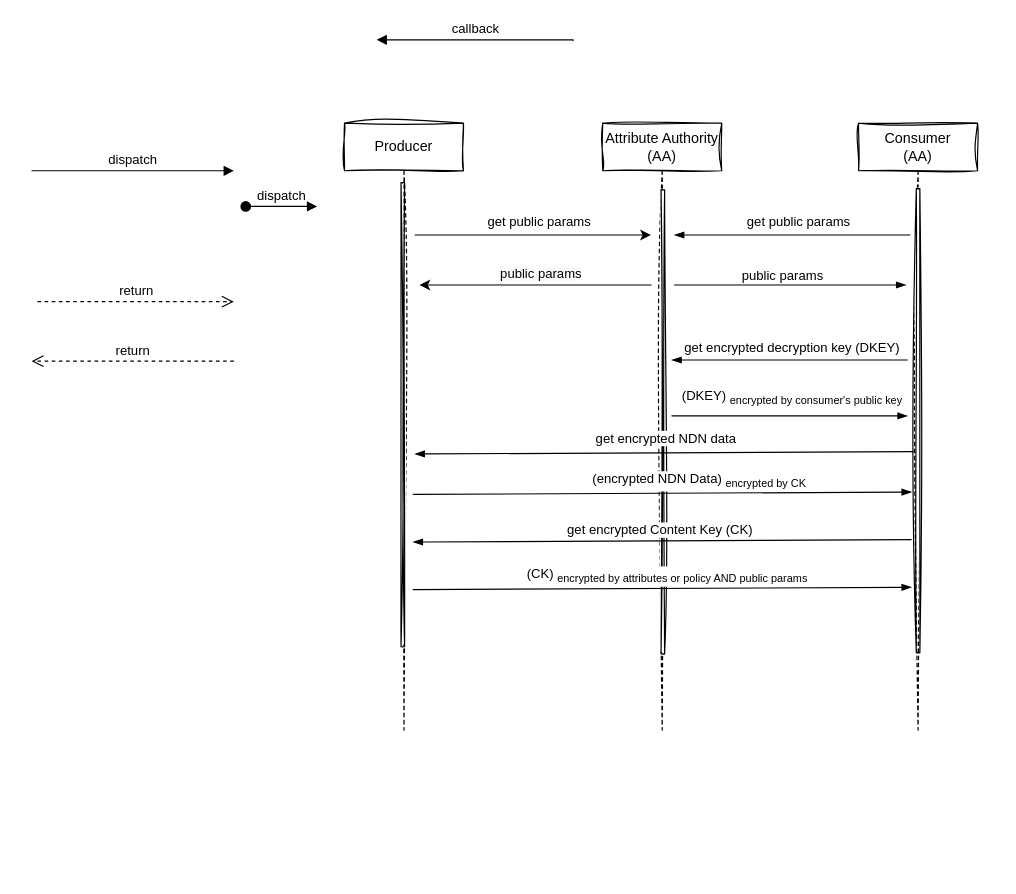
dulalsaurab/NDNHealth keeps this draw.io diagram as seq-nac-revisit.drawio. Above is the earlier version. Source tidied: cells renumbered, new cells numbered last; positions are measured from the earlier drawing's top-left corner, leaving out a move shared by most shapes. Both pictures are drawn from the tidied source at 119%, with x=0, y=0 at pixel (31, 39).
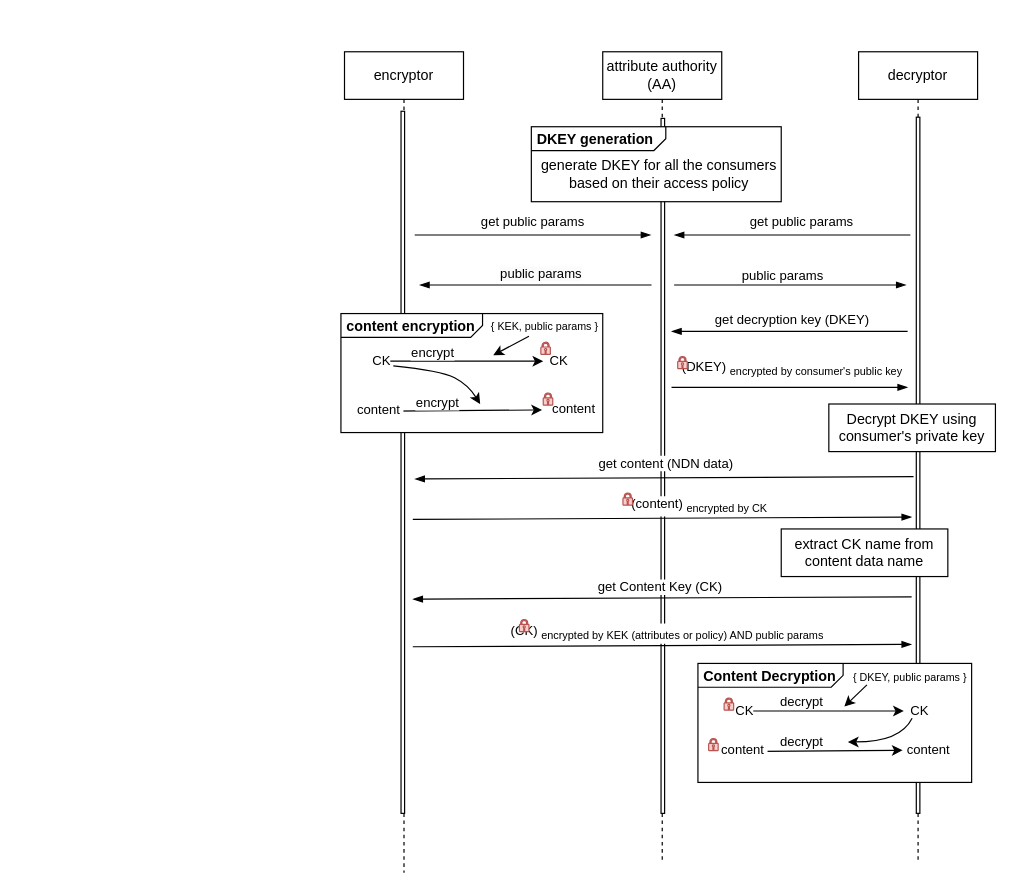
Above is the later version.

Diff of the diagram source:
```diff
@@
-    <mxCell id="2" value="Producer" style="shape=umlLifeline;perimeter=lifelinePerimeter;whiteSpace=wrap;html=1;newEdgeStyle={&quot;edgeStyle&quot;:&quot;elbowEdgeStyle&quot;,&quot;elbow&quot;:&quot;vertical&quot;,&quot;curved&quot;:0,&quot;rounded&quot;:0};sketch=1;curveFitting=1;jiggle=2;" parent="1" vertex="1">
-      <mxGeometry x="263" y="70" width="100" height="510" as="geometry" />
+    <mxCell id="2" value="encryptor" style="shape=umlLifeline;perimeter=lifelinePerimeter;whiteSpace=wrap;html=1;newEdgeStyle={&quot;edgeStyle&quot;:&quot;elbowEdgeStyle&quot;,&quot;elbow&quot;:&quot;vertical&quot;,&quot;curved&quot;:0,&quot;rounded&quot;:0};" parent="1" vertex="1">
+      <mxGeometry x="263" y="10" width="100" height="690" as="geometry" />
     </mxCell>
-    <mxCell id="3" value="dispatch" style="html=1;verticalAlign=bottom;startArrow=oval;endArrow=block;startSize=8;edgeStyle=elbowEdgeStyle;elbow=vertical;curved=0;rounded=0;" parent="2" edge="1">
-      <mxGeometry relative="1" as="geometry">
-        <mxPoint x="-83" y="70" as="sourcePoint" />
-        <mxPoint x="-23" y="70" as="targetPoint" />
-      </mxGeometry>
-    </mxCell>
-    <mxCell id="4" style="html=1;perimeter=orthogonalPerimeter;targetShapes=umlLifeline;newEdgeStyle={&quot;edgeStyle&quot;:&quot;elbowEdgeStyle&quot;,&quot;elbow&quot;:&quot;vertical&quot;,&quot;curved&quot;:0,&quot;rounded&quot;:0};rounded=0;sketch=1;curveFitting=1;jiggle=2;" parent="2" vertex="1">
-      <mxGeometry x="47.5" y="50" width="3" height="390" as="geometry" />
+    <mxCell id="4" style="html=1;perimeter=orthogonalPerimeter;targetShapes=umlLifeline;newEdgeStyle={&quot;edgeStyle&quot;:&quot;elbowEdgeStyle&quot;,&quot;elbow&quot;:&quot;vertical&quot;,&quot;curved&quot;:0,&quot;rounded&quot;:0};rounded=0;" parent="2" vertex="1">
+      <mxGeometry x="47.5" y="50" width="3" height="590" as="geometry" />
     </mxCell>
-    <mxCell id="5" value="Attribute Authority&lt;br&gt;(AA)" style="shape=umlLifeline;perimeter=lifelinePerimeter;whiteSpace=wrap;html=1;newEdgeStyle={&quot;edgeStyle&quot;:&quot;elbowEdgeStyle&quot;,&quot;elbow&quot;:&quot;vertical&quot;,&quot;curved&quot;:0,&quot;rounded&quot;:0};sketch=1;curveFitting=1;jiggle=2;" parent="1" vertex="1">
-      <mxGeometry x="480" y="70" width="100" height="510" as="geometry" />
+    <mxCell id="5" value="attribute authority&lt;br&gt;(AA)" style="shape=umlLifeline;perimeter=lifelinePerimeter;whiteSpace=wrap;html=1;newEdgeStyle={&quot;edgeStyle&quot;:&quot;elbowEdgeStyle&quot;,&quot;elbow&quot;:&quot;vertical&quot;,&quot;curved&quot;:0,&quot;rounded&quot;:0};" parent="1" vertex="1">
+      <mxGeometry x="480" y="10" width="100" height="680" as="geometry" />
     </mxCell>
-    <mxCell id="6" style="html=1;perimeter=orthogonalPerimeter;targetShapes=umlLifeline;newEdgeStyle={&quot;edgeStyle&quot;:&quot;elbowEdgeStyle&quot;,&quot;elbow&quot;:&quot;vertical&quot;,&quot;curved&quot;:0,&quot;rounded&quot;:0};sketch=1;curveFitting=1;jiggle=2;" parent="5" vertex="1">
-      <mxGeometry x="49" y="56" width="3" height="390" as="geometry" />
+    <mxCell id="6" style="html=1;perimeter=orthogonalPerimeter;targetShapes=umlLifeline;newEdgeStyle={&quot;edgeStyle&quot;:&quot;elbowEdgeStyle&quot;,&quot;elbow&quot;:&quot;vertical&quot;,&quot;curved&quot;:0,&quot;rounded&quot;:0};" parent="5" vertex="1">
+      <mxGeometry x="49" y="56" width="3" height="584" as="geometry" />
     </mxCell>
-    <mxCell id="7" value="dispatch" style="html=1;verticalAlign=bottom;endArrow=block;edgeStyle=elbowEdgeStyle;elbow=vertical;curved=0;rounded=0;" parent="1" edge="1">
-      <mxGeometry relative="1" as="geometry">
-        <mxPoint y="110" as="sourcePoint" />
-        <mxPoint x="170" y="110" as="targetPoint" />
-        <Array as="points">
-          <mxPoint x="85" y="110" />
-        </Array>
-      </mxGeometry>
-    </mxCell>
-    <mxCell id="8" value="return" style="html=1;verticalAlign=bottom;endArrow=open;dashed=1;endSize=8;edgeStyle=elbowEdgeStyle;elbow=vertical;curved=0;rounded=0;" parent="1" edge="1">
-      <mxGeometry relative="1" as="geometry">
-        <mxPoint x="170" y="270" as="sourcePoint" />
-        <mxPoint y="270" as="targetPoint" />
-        <Array as="points">
-          <mxPoint x="95" y="270" />
-        </Array>
-      </mxGeometry>
-    </mxCell>
-    <mxCell id="9" value="callback" style="html=1;verticalAlign=bottom;endArrow=block;edgeStyle=elbowEdgeStyle;elbow=vertical;curved=0;rounded=0;" parent="1" edge="1">
-      <mxGeometry relative="1" as="geometry">
-        <mxPoint x="455" y="1" as="sourcePoint" />
-        <mxPoint x="290" as="targetPoint" />
-        <Array as="points">
-          <mxPoint x="380" />
-        </Array>
-      </mxGeometry>
-    </mxCell>
-    <mxCell id="10" value="return" style="html=1;verticalAlign=bottom;endArrow=open;dashed=1;endSize=8;edgeStyle=elbowEdgeStyle;elbow=vertical;curved=0;rounded=0;" parent="1" edge="1">
-      <mxGeometry relative="1" as="geometry">
-        <mxPoint x="5" y="220" as="sourcePoint" />
-        <mxPoint x="170" y="220" as="targetPoint" />
-        <Array as="points">
-          <mxPoint x="85" y="220" />
-        </Array>
-      </mxGeometry>
-    </mxCell>
-    <mxCell id="11" value="Consumer&lt;br&gt;(AA)" style="shape=umlLifeline;perimeter=lifelinePerimeter;whiteSpace=wrap;html=1;newEdgeStyle={&quot;edgeStyle&quot;:&quot;elbowEdgeStyle&quot;,&quot;elbow&quot;:&quot;vertical&quot;,&quot;curved&quot;:0,&quot;rounded&quot;:0};sketch=1;curveFitting=1;jiggle=2;" parent="1" vertex="1">
-      <mxGeometry x="695" y="70" width="100" height="510" as="geometry" />
+    <mxCell id="11" value="decryptor" style="shape=umlLifeline;perimeter=lifelinePerimeter;whiteSpace=wrap;html=1;newEdgeStyle={&quot;edgeStyle&quot;:&quot;elbowEdgeStyle&quot;,&quot;elbow&quot;:&quot;vertical&quot;,&quot;curved&quot;:0,&quot;rounded&quot;:0};" parent="1" vertex="1">
+      <mxGeometry x="695" y="10" width="100" height="680" as="geometry" />
     </mxCell>
-    <mxCell id="12" style="html=1;perimeter=orthogonalPerimeter;targetShapes=umlLifeline;newEdgeStyle={&quot;edgeStyle&quot;:&quot;elbowEdgeStyle&quot;,&quot;elbow&quot;:&quot;vertical&quot;,&quot;curved&quot;:0,&quot;rounded&quot;:0};sketch=1;curveFitting=1;jiggle=2;" parent="11" vertex="1">
-      <mxGeometry x="48.5" y="55" width="3" height="390" as="geometry" />
+    <mxCell id="12" style="html=1;perimeter=orthogonalPerimeter;targetShapes=umlLifeline;newEdgeStyle={&quot;edgeStyle&quot;:&quot;elbowEdgeStyle&quot;,&quot;elbow&quot;:&quot;vertical&quot;,&quot;curved&quot;:0,&quot;rounded&quot;:0};" parent="11" vertex="1">
+      <mxGeometry x="48.5" y="55" width="3" height="585" as="geometry" />
     </mxCell>
-    <mxCell id="13" style="endArrow=classic;html=1;rounded=0;endSize=6;" parent="1" edge="1">
+    <mxCell id="13" style="endArrow=blockThin;html=1;rounded=0;endSize=6;endFill=1;" parent="1" edge="1">
       <mxGeometry relative="1" as="geometry">
         <mxPoint x="322" y="164" as="sourcePoint" />
         <mxPoint x="520.5" y="164" as="targetPoint" />
       </mxGeometry>
     </mxCell>
-    <mxCell id="14" style="endArrow=classic;html=1;rounded=0;strokeColor=default;jumpStyle=none;jumpSize=5;endSize=6;" parent="1" edge="1">
+    <mxCell id="14" style="endArrow=blockThin;html=1;rounded=0;strokeColor=default;jumpStyle=none;jumpSize=5;endSize=6;endFill=1;" parent="1" edge="1">
       <mxGeometry relative="1" as="geometry">
         <mxPoint x="521" y="206" as="sourcePoint" />
         <mxPoint x="326" y="206" as="targetPoint" />
       </mxGeometry>
     </mxCell>
@@
     <mxCell id="16" value="&lt;font style=&quot;font-size: 11px;&quot;&gt;get public params&lt;/font&gt;" style="text;html=1;strokeColor=none;fillColor=none;align=center;verticalAlign=middle;whiteSpace=wrap;rounded=0;fontSize=11;" parent="1" vertex="1">
-      <mxGeometry x="347" y="138" width="160" height="30" as="geometry" />
+      <mxGeometry x="370" y="138" width="102.8" height="30" as="geometry" />
     </mxCell>
@@
     <mxCell id="20" value="get public params" style="text;html=1;strokeColor=none;fillColor=none;align=center;verticalAlign=middle;whiteSpace=wrap;rounded=0;fontSize=11;" parent="1" vertex="1">
-      <mxGeometry x="565" y="138" width="160" height="30" as="geometry" />
+      <mxGeometry x="600" y="138" width="95" height="30" as="geometry" />
     </mxCell>
     <mxCell id="21" style="endArrow=none;html=1;rounded=0;endSize=6;startArrow=blockThin;startFill=1;endFill=0;" parent="1" edge="1">
       <mxGeometry relative="1" as="geometry">
-        <mxPoint x="537.8" y="269" as="sourcePoint" />
-        <mxPoint x="736.2" y="269" as="targetPoint" />
+        <mxPoint x="537.8" y="245" as="sourcePoint" />
+        <mxPoint x="736.2" y="245" as="targetPoint" />
       </mxGeometry>
     </mxCell>
-    <mxCell id="22" value="get encrypted decryption key (DKEY)" style="edgeLabel;html=1;align=center;verticalAlign=middle;" parent="21" vertex="1">
+    <mxCell id="22" value="get decryption key (DKEY)" style="edgeLabel;html=1;align=center;verticalAlign=middle;" parent="21" vertex="1">
       <mxGeometry x="-0.09" y="3" relative="1" as="geometry">
         <mxPoint x="11" y="-8" as="offset" />
       </mxGeometry>
     </mxCell>
     <mxCell id="23" style="endArrow=none;html=1;rounded=0;endSize=6;startArrow=blockThin;startFill=1;endFill=0;" parent="1" edge="1">
       <mxGeometry relative="1" as="geometry">
-        <mxPoint x="322" y="348" as="sourcePoint" />
-        <mxPoint x="741.2" y="346" as="targetPoint" />
+        <mxPoint x="322" y="369" as="sourcePoint" />
+        <mxPoint x="741.2" y="367" as="targetPoint" />
       </mxGeometry>
     </mxCell>
-    <mxCell id="24" value="get encrypted NDN data" style="edgeLabel;html=1;align=center;verticalAlign=middle;" parent="23" vertex="1">
+    <mxCell id="24" value="get content (NDN data)" style="edgeLabel;html=1;align=center;verticalAlign=middle;" parent="23" vertex="1">
       <mxGeometry x="0.13" y="-1" relative="1" as="geometry">
         <mxPoint x="-27" y="-13" as="offset" />
       </mxGeometry>
     </mxCell>
     <mxCell id="25" style="endArrow=blockThin;html=1;rounded=0;endSize=6;startArrow=none;startFill=0;endFill=1;" parent="1" edge="1">
       <mxGeometry relative="1" as="geometry">
-        <mxPoint x="320.4" y="382" as="sourcePoint" />
-        <mxPoint x="739.6" y="380" as="targetPoint" />
+        <mxPoint x="320.4" y="403" as="sourcePoint" />
+        <mxPoint x="739.6" y="401" as="targetPoint" />
       </mxGeometry>
     </mxCell>
     <mxCell id="26" style="endArrow=none;html=1;rounded=0;endSize=6;startArrow=blockThin;startFill=1;endFill=0;" parent="1" edge="1">
       <mxGeometry relative="1" as="geometry">
-        <mxPoint x="320.4" y="422" as="sourcePoint" />
-        <mxPoint x="739.6" y="420" as="targetPoint" />
+        <mxPoint x="320.4" y="470" as="sourcePoint" />
+        <mxPoint x="739.6" y="468" as="targetPoint" />
       </mxGeometry>
     </mxCell>
-    <mxCell id="27" value="get encrypted Content Key (CK)" style="edgeLabel;html=1;align=center;verticalAlign=middle;" parent="26" vertex="1">
+    <mxCell id="27" value="get Content Key (CK)" style="edgeLabel;html=1;align=center;verticalAlign=middle;" parent="26" vertex="1">
       <mxGeometry x="-0.23" y="2" relative="1" as="geometry">
         <mxPoint x="46" y="-8" as="offset" />
       </mxGeometry>
     </mxCell>
     <mxCell id="28" style="endArrow=blockThin;html=1;rounded=0;endSize=6;startArrow=none;startFill=0;endFill=1;" parent="1" edge="1">
       <mxGeometry relative="1" as="geometry">
-        <mxPoint x="320.4" y="462" as="sourcePoint" />
-        <mxPoint x="739.6" y="460" as="targetPoint" />
+        <mxPoint x="320.4" y="510" as="sourcePoint" />
+        <mxPoint x="739.6" y="508" as="targetPoint" />
       </mxGeometry>
     </mxCell>
-    <mxCell id="29" value="(CK)&amp;nbsp;&lt;sub&gt;encrypted by attributes or policy AND public params&lt;/sub&gt;" style="edgeLabel;html=1;align=center;verticalAlign=middle;" parent="28" vertex="1">
+    <mxCell id="29" value="(CK)&amp;nbsp;&lt;sub&gt;encrypted by KEK (attributes or policy) AND public params&lt;/sub&gt;" style="edgeLabel;html=1;align=center;verticalAlign=middle;" parent="28" vertex="1">
       <mxGeometry x="-0.16" y="-1" relative="1" as="geometry">
         <mxPoint x="37" y="-12" as="offset" />
       </mxGeometry>
     </mxCell>
-    <mxCell id="30" value="(encrypted NDN Data)&amp;nbsp;&lt;sub style=&quot;border-color: var(--border-color);&quot;&gt;encrypted by CK&lt;/sub&gt;" style="edgeLabel;html=1;align=center;verticalAlign=middle;" parent="1" vertex="1">
-      <mxGeometry x="560" y="370" as="geometry" />
+    <mxCell id="30" value="(content)&amp;nbsp;&lt;sub style=&quot;border-color: var(--border-color);&quot;&gt;encrypted by CK&lt;/sub&gt;" style="edgeLabel;html=1;align=center;verticalAlign=middle;" parent="1" vertex="1">
+      <mxGeometry x="560" y="391" as="geometry" />
     </mxCell>
     <mxCell id="31" style="endArrow=blockThin;html=1;rounded=0;endSize=6;startArrow=none;startFill=0;endFill=1;" parent="1" edge="1">
       <mxGeometry relative="1" as="geometry">
-        <mxPoint x="537.8" y="316" as="sourcePoint" />
-        <mxPoint x="736.2" y="316" as="targetPoint" />
+        <mxPoint x="537.8" y="292" as="sourcePoint" />
+        <mxPoint x="736.2" y="292" as="targetPoint" />
       </mxGeometry>
     </mxCell>
@@
+    <mxCell id="33" style="sketch=0;shadow=0;dashed=0;html=1;strokeColor=#b85450;labelPosition=center;verticalLabelPosition=bottom;verticalAlign=top;align=center;fillColor=#f8cecc;shape=mxgraph.mscae.enterprise.lock;" parent="1" vertex="1">
+      <mxGeometry x="543" y="266" width="8" height="10.3" as="geometry" />
+    </mxCell>
+    <mxCell id="34" style="sketch=0;shadow=0;dashed=0;html=1;strokeColor=#b85450;labelPosition=center;verticalLabelPosition=bottom;verticalAlign=top;align=center;fillColor=#f8cecc;shape=mxgraph.mscae.enterprise.lock;" parent="1" vertex="1">
+      <mxGeometry x="497" y="380.7" width="8" height="10.3" as="geometry" />
+    </mxCell>
+    <mxCell id="35" style="sketch=0;shadow=0;dashed=0;html=1;strokeColor=#b85450;labelPosition=center;verticalLabelPosition=bottom;verticalAlign=top;align=center;fillColor=#f8cecc;shape=mxgraph.mscae.enterprise.lock;" parent="1" vertex="1">
+      <mxGeometry x="410" y="487" width="8" height="10.3" as="geometry" />
+    </mxCell>
+    <mxCell id="36" value="&lt;p style=&quot;margin:0px;margin-top:4px;margin-left:5px;text-align:left;&quot;&gt;&lt;b&gt;DKEY generation&lt;br&gt;&lt;/b&gt;&lt;/p&gt;" style="html=1;shape=mxgraph.sysml.package;overflow=fill;labelX=113.88;align=left;spacingLeft=5;verticalAlign=top;spacingTop=-3;" parent="1" vertex="1">
+      <mxGeometry x="420" y="73" width="210" height="63" as="geometry" />
+    </mxCell>
+    <mxCell id="37" value="generate DKEY for all the consumers based on their access policy" style="text;html=1;strokeColor=none;fillColor=none;align=center;verticalAlign=middle;whiteSpace=wrap;rounded=0;" parent="1" vertex="1">
+      <mxGeometry x="425" y="98" width="205" height="30" as="geometry" />
+    </mxCell>
+    <mxCell id="38" value="Decrypt DKEY using consumer's private key" style="rounded=0;whiteSpace=wrap;html=1;glass=0;" parent="1" vertex="1">
+      <mxGeometry x="670" y="306" width="140" height="40" as="geometry" />
+    </mxCell>
+    <mxCell id="39" value="extract CK name from content data name" style="rounded=0;whiteSpace=wrap;html=1;" parent="1" vertex="1">
+      <mxGeometry x="630" y="411" width="140" height="40" as="geometry" />
+    </mxCell>
+    <mxCell id="40" value="&lt;p style=&quot;margin:0px;margin-top:4px;margin-left:5px;text-align:left;&quot;&gt;&lt;b&gt;content encryption&lt;br&gt;&lt;/b&gt;&lt;/p&gt;" style="html=1;shape=mxgraph.sysml.package;overflow=fill;labelX=119.06;align=left;spacingLeft=5;verticalAlign=top;spacingTop=-3;" parent="1" vertex="1">
+      <mxGeometry x="260" y="230" width="220" height="100" as="geometry" />
+    </mxCell>
+    <mxCell id="41" style="endArrow=classic;html=1;rounded=0;" parent="1" edge="1">
+      <mxGeometry relative="1" as="geometry">
+        <mxPoint x="301" y="270" as="sourcePoint" />
+        <mxPoint x="430" y="270" as="targetPoint" />
+      </mxGeometry>
+    </mxCell>
+    <mxCell id="42" value="{ KEK, public params }" style="edgeLabel;html=1;align=center;verticalAlign=middle;fontSize=9;" parent="41" vertex="1">
+      <mxGeometry x="-0.08" y="3" relative="1" as="geometry">
+        <mxPoint x="70" y="-27" as="offset" />
+      </mxGeometry>
+    </mxCell>
+    <mxCell id="43" value="CK" style="edgeLabel;html=1;align=center;verticalAlign=middle;" parent="41" vertex="1">
+      <mxGeometry x="0.86" y="-2" relative="1" as="geometry">
+        <mxPoint x="21" y="-3" as="offset" />
+      </mxGeometry>
+    </mxCell>
+    <mxCell id="44" value="encrypt" style="edgeLabel;html=1;align=center;verticalAlign=middle;" parent="41" vertex="1">
+      <mxGeometry x="-0.66" relative="1" as="geometry">
+        <mxPoint x="13" y="-8" as="offset" />
+      </mxGeometry>
+    </mxCell>
+    <mxCell id="45" style="endArrow=classic;html=1;rounded=0;" parent="1" edge="1">
+      <mxGeometry relative="1" as="geometry">
+        <mxPoint x="304" y="312" as="sourcePoint" />
+        <mxPoint x="429" y="311" as="targetPoint" />
+      </mxGeometry>
+    </mxCell>
+    <mxCell id="46" value="CK" style="edgeLabel;html=1;align=center;verticalAlign=middle;" parent="1" vertex="1">
+      <mxGeometry x="482.8" y="279" as="geometry">
+        <mxPoint x="-189" y="-10" as="offset" />
+      </mxGeometry>
+    </mxCell>
+    <mxCell id="47" value="content&amp;nbsp;" style="edgeLabel;html=1;align=center;verticalAlign=middle;" parent="1" vertex="1">
+      <mxGeometry x="498.8" y="302" as="geometry">
+        <mxPoint x="-206" y="8" as="offset" />
+      </mxGeometry>
+    </mxCell>
+    <mxCell id="48" value="content&amp;nbsp;" style="edgeLabel;html=1;align=center;verticalAlign=middle;" parent="1" vertex="1">
+      <mxGeometry x="458" y="312.3" as="geometry">
+        <mxPoint x="-2" y="-3" as="offset" />
+      </mxGeometry>
+    </mxCell>
+    <mxCell id="49" style="sketch=0;shadow=0;dashed=0;html=1;strokeColor=#b85450;labelPosition=center;verticalLabelPosition=bottom;verticalAlign=top;align=center;fillColor=#f8cecc;shape=mxgraph.mscae.enterprise.lock;" parent="1" vertex="1">
+      <mxGeometry x="428" y="254" width="8" height="10.3" as="geometry" />
+    </mxCell>
+    <mxCell id="50" style="sketch=0;shadow=0;dashed=0;html=1;strokeColor=#b85450;labelPosition=center;verticalLabelPosition=bottom;verticalAlign=top;align=center;fillColor=#f8cecc;shape=mxgraph.mscae.enterprise.lock;" parent="1" vertex="1">
+      <mxGeometry x="430" y="296.7" width="8" height="10.3" as="geometry" />
+    </mxCell>
+    <mxCell id="51" style="group;" parent="1" vertex="1">
+      <mxGeometry x="550" y="524" width="260" height="100" as="geometry" />
+    </mxCell>
+    <mxCell id="52" value="&lt;p style=&quot;margin:0px;margin-top:4px;margin-left:5px;text-align:left;&quot;&gt;&lt;b&gt;Content Decryption&lt;br&gt;&lt;/b&gt;&lt;/p&gt;" style="html=1;shape=mxgraph.sysml.package;overflow=fill;labelX=122.56;align=left;spacingLeft=5;verticalAlign=top;spacingTop=-3;" parent="51" vertex="1">
+      <mxGeometry x="10" width="230" height="100" as="geometry" />
+    </mxCell>
+    <mxCell id="53" style="endArrow=classic;html=1;rounded=0;" parent="51" edge="1">
+      <mxGeometry relative="1" as="geometry">
+        <mxPoint x="56" y="40" as="sourcePoint" />
+        <mxPoint x="183" y="40" as="targetPoint" />
+      </mxGeometry>
+    </mxCell>
+    <mxCell id="54" value="{ DKEY, public params }" style="edgeLabel;html=1;align=center;verticalAlign=middle;fontSize=9;" parent="53" vertex="1">
+      <mxGeometry x="-0.08" y="3" relative="1" as="geometry">
+        <mxPoint x="73" y="-26" as="offset" />
+      </mxGeometry>
+    </mxCell>
+    <mxCell id="55" value="CK" style="edgeLabel;html=1;align=center;verticalAlign=middle;" parent="53" vertex="1">
+      <mxGeometry x="0.86" y="-2" relative="1" as="geometry">
+        <mxPoint x="21" y="-3" as="offset" />
+      </mxGeometry>
+    </mxCell>
+    <mxCell id="56" style="endArrow=classic;html=1;rounded=0;" parent="51" edge="1">
+      <mxGeometry relative="1" as="geometry">
+        <mxPoint x="59" y="74" as="sourcePoint" />
+        <mxPoint x="182" y="73" as="targetPoint" />
+      </mxGeometry>
+    </mxCell>
+    <mxCell id="57" value="CK" style="edgeLabel;html=1;align=center;verticalAlign=middle;" parent="51" vertex="1">
+      <mxGeometry x="237.8" y="49" as="geometry">
+        <mxPoint x="-189" y="-10" as="offset" />
+      </mxGeometry>
+    </mxCell>
+    <mxCell id="58" value="content&amp;nbsp;" style="edgeLabel;html=1;align=center;verticalAlign=middle;" parent="51" vertex="1">
+      <mxGeometry x="254.8" y="64" as="geometry">
+        <mxPoint x="-206" y="8" as="offset" />
+      </mxGeometry>
+    </mxCell>
+    <mxCell id="59" value="content&amp;nbsp;" style="edgeLabel;html=1;align=center;verticalAlign=middle;" parent="51" vertex="1">
+      <mxGeometry x="206" y="75.3" as="geometry">
+        <mxPoint x="-2" y="-3" as="offset" />
+      </mxGeometry>
+    </mxCell>
+    <mxCell id="60" style="sketch=0;shadow=0;dashed=0;html=1;strokeColor=#b85450;labelPosition=center;verticalLabelPosition=bottom;verticalAlign=top;align=center;fillColor=#f8cecc;shape=mxgraph.mscae.enterprise.lock;" parent="51" vertex="1">
+      <mxGeometry x="32" y="29" width="8" height="10.3" as="geometry" />
+    </mxCell>
+    <mxCell id="61" style="sketch=0;shadow=0;dashed=0;html=1;strokeColor=#b85450;labelPosition=center;verticalLabelPosition=bottom;verticalAlign=top;align=center;fillColor=#f8cecc;shape=mxgraph.mscae.enterprise.lock;" parent="51" vertex="1">
+      <mxGeometry x="19" y="63" width="8" height="10.3" as="geometry" />
+    </mxCell>
+    <mxCell id="62" value="decrypt" style="edgeLabel;html=1;align=center;verticalAlign=middle;" parent="51" vertex="1">
+      <mxGeometry x="96.2" y="31" as="geometry" />
+    </mxCell>
+    <mxCell id="63" value="decrypt" style="edgeLabel;html=1;align=center;verticalAlign=middle;" parent="51" vertex="1">
+      <mxGeometry x="96" y="65" as="geometry" />
+    </mxCell>
+    <mxCell id="64" style="curved=1;endArrow=classic;html=1;rounded=0;" parent="51" edge="1">
+      <mxGeometry relative="1" as="geometry">
+        <mxPoint x="190" y="46" as="sourcePoint" />
+        <mxPoint x="136" y="66" as="targetPoint" />
+        <Array as="points">
+          <mxPoint x="180" y="66" />
+        </Array>
+      </mxGeometry>
+    </mxCell>
+    <mxCell id="65" style="endArrow=classic;html=1;rounded=0;" parent="51" edge="1">
+      <mxGeometry relative="1" as="geometry">
+        <mxPoint x="152" y="18" as="sourcePoint" />
+        <mxPoint x="133" y="36.3" as="targetPoint" />
+      </mxGeometry>
+    </mxCell>
+    <mxCell id="66" style="curved=1;endArrow=classic;html=1;rounded=0;" parent="1" edge="1">
+      <mxGeometry relative="1" as="geometry">
+        <mxPoint x="304" y="274" as="sourcePoint" />
+        <mxPoint x="377" y="306" as="targetPoint" />
+        <Array as="points">
+          <mxPoint x="344" y="278" />
+          <mxPoint x="367" y="290" />
+        </Array>
+      </mxGeometry>
+    </mxCell>
+    <mxCell id="67" value="encrypt" style="edgeLabel;html=1;align=center;verticalAlign=middle;" parent="1" vertex="1">
+      <mxGeometry x="340" y="304" as="geometry" />
+    </mxCell>
+    <mxCell id="68" style="endArrow=classic;html=1;rounded=0;" parent="1" edge="1">
+      <mxGeometry relative="1" as="geometry">
+        <mxPoint x="418" y="249" as="sourcePoint" />
+        <mxPoint x="388" y="265" as="targetPoint" />
+      </mxGeometry>
+    </mxCell>
```
